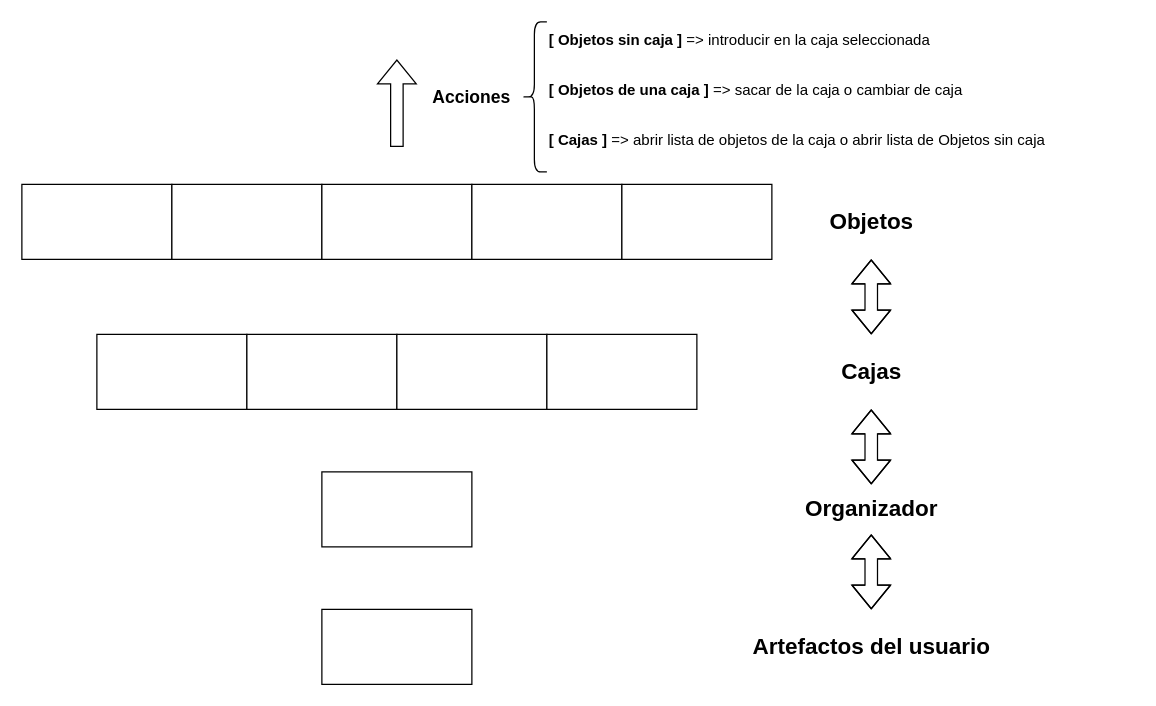
raxware/ion-manifesto keeps this draw.io diagram as doc/wireframe-Ideas-GUI.drawio. Above is the earlier version. Source tidied: cells renumbered, new cells numbered last; positions are measured from the earlier drawing's top-left corner, leaving out a move shared by most shapes. Both pictures are drawn from the tidied source at 125%, with x=0, y=0 at pixel (21, 21).
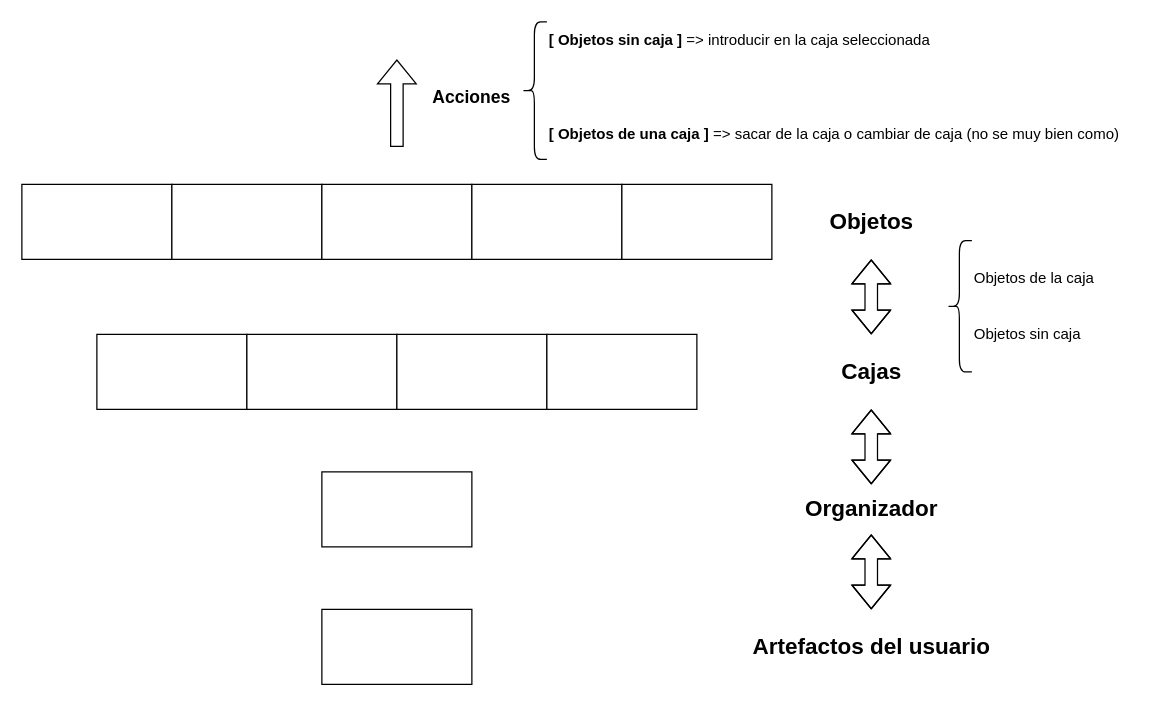
Above is the later version.

Commit message (it also covers changes not shown here):
cambio sin importancia en wireframe de ideas

The edit, as a diff of the source:
```diff
@@
     <mxCell id="21" style="shape=curlyBracket;whiteSpace=wrap;html=1;rounded=1;labelPosition=left;verticalLabelPosition=middle;align=right;verticalAlign=middle;" parent="1" vertex="1">
-      <mxGeometry x="400" width="20" height="120" as="geometry" />
+      <mxGeometry x="400" width="20" height="110" as="geometry" />
     </mxCell>
@@
-    <mxCell id="23" value="&lt;b&gt;[ Objetos de una caja ]&lt;/b&gt; =&amp;gt; sacar de la caja o cambiar de caja" style="text;html=1;strokeColor=none;fillColor=none;align=left;verticalAlign=middle;whiteSpace=wrap;rounded=0;" parent="1" vertex="1">
-      <mxGeometry x="420" y="40" width="430" height="30" as="geometry" />
+    <mxCell id="23" value="&lt;b&gt;[ Objetos de una caja ]&lt;/b&gt; =&amp;gt; sacar de la caja o cambiar de caja (no se muy bien como)" style="text;html=1;strokeColor=none;fillColor=none;align=left;verticalAlign=middle;whiteSpace=wrap;rounded=0;" parent="1" vertex="1">
+      <mxGeometry x="420" y="75" width="470" height="30" as="geometry" />
     </mxCell>
@@
-    <mxCell id="27" value="&lt;b&gt;[ Cajas ]&lt;/b&gt; =&amp;gt; abrir lista de objetos de la caja o abrir lista de Objetos sin caja" style="text;html=1;strokeColor=none;fillColor=none;align=left;verticalAlign=middle;whiteSpace=wrap;rounded=0;" parent="1" vertex="1">
-      <mxGeometry x="420" y="80" width="430" height="30" as="geometry" />
-    </mxCell>
+    <mxCell id="28" style="shape=curlyBracket;whiteSpace=wrap;html=1;rounded=1;labelPosition=left;verticalLabelPosition=middle;align=right;verticalAlign=middle;" parent="1" vertex="1">
+      <mxGeometry x="740" y="175" width="20" height="105" as="geometry" />
+    </mxCell>
+    <mxCell id="29" value="Objetos de la caja" style="text;html=1;strokeColor=none;fillColor=none;align=left;verticalAlign=middle;whiteSpace=wrap;rounded=0;" parent="1" vertex="1">
+      <mxGeometry x="760" y="190" width="130" height="30" as="geometry" />
+    </mxCell>
+    <mxCell id="30" value="Objetos sin caja" style="text;html=1;strokeColor=none;fillColor=none;align=left;verticalAlign=middle;whiteSpace=wrap;rounded=0;" parent="1" vertex="1">
+      <mxGeometry x="760" y="235" width="130" height="30" as="geometry" />
+    </mxCell>
```
